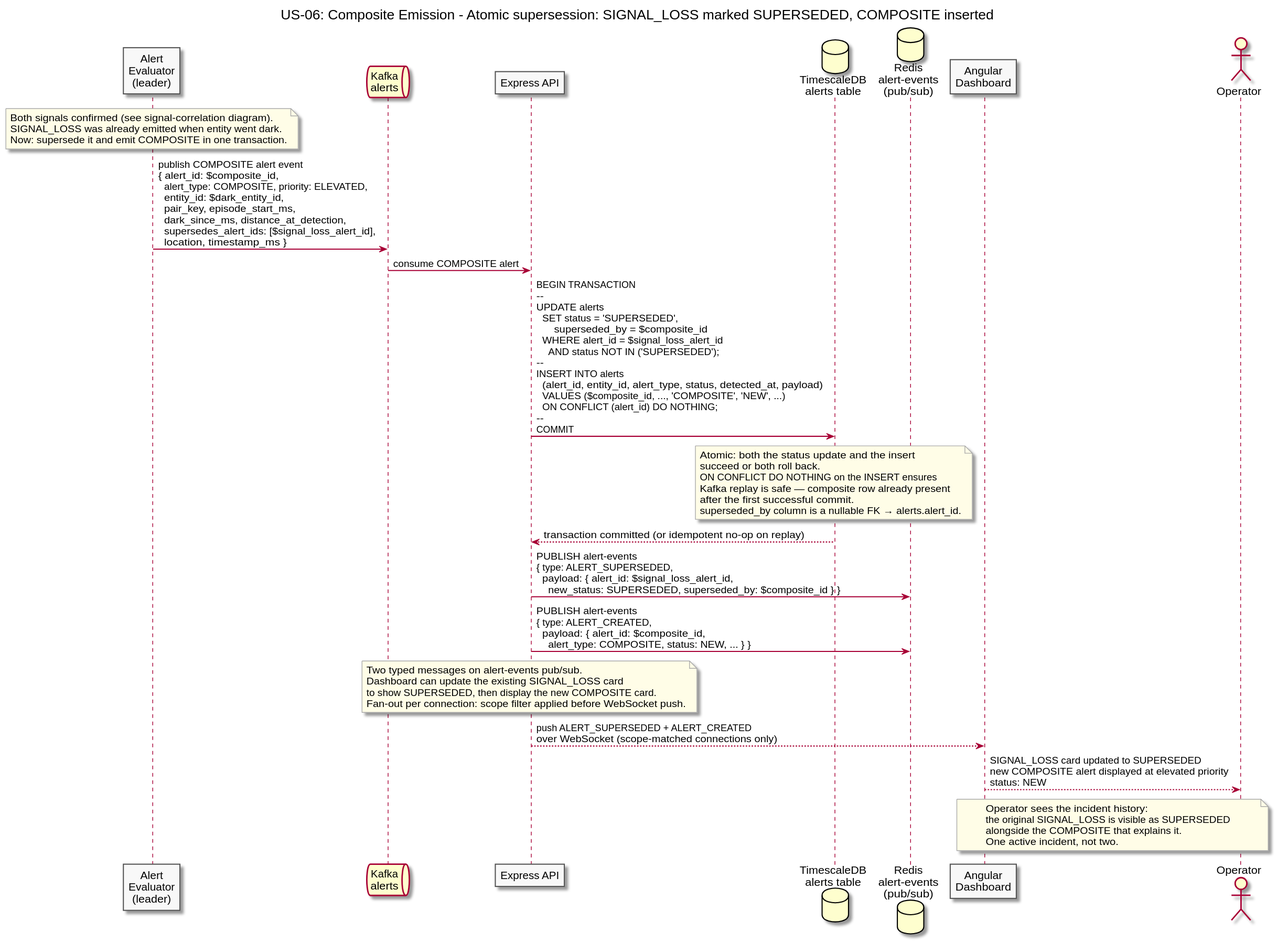
Above: diagrams/docs/use-cases/US-06-composite-alert/composite-emission.svg in Buffden/sentinel (PlantUML), before the change.
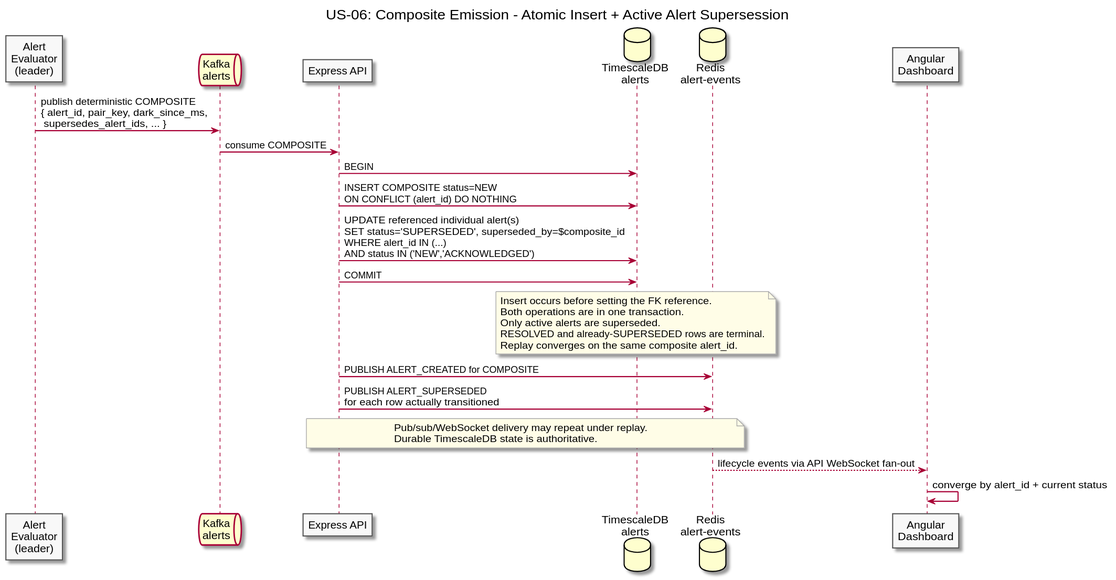
After the commit.

Change to the diagram source:
```diff
@@ -1,5 +1,5 @@
 @startuml composite-emission
-title US-06: Composite Emission - Atomic supersession: SIGNAL_LOSS marked SUPERSEDED, COMPOSITE inserted
+title US-06: Composite Emission - Atomic Insert + Active Alert Supersession
 
 skinparam sequenceArrowThickness 1.5
 skinparam participantBorderColor #555555
@@ -10,54 +10,35 @@
 participant "Alert\nEvaluator\n(leader)" as Evaluator
 queue "Kafka\nalerts" as Kafka
 participant "Express API" as API
-database "TimescaleDB\nalerts table" as TSDB
-database "Redis\nalert-events\n(pub/sub)" as AlertEvents
+database "TimescaleDB\nalerts" as TSDB
+database "Redis\nalert-events" as AlertEvents
 participant "Angular\nDashboard" as Dashboard
-actor Operator
 
-note over Evaluator
-  Both signals confirmed (see signal-correlation diagram).
-  SIGNAL_LOSS was already emitted when entity went dark.
-  Now: supersede it and emit COMPOSITE in one transaction.
+Evaluator -> Kafka : publish deterministic COMPOSITE\n{ alert_id, pair_key, dark_since_ms,\n supersedes_alert_ids, ... }
+Kafka -> API : consume COMPOSITE
+
+API -> TSDB : BEGIN
+API -> TSDB : INSERT COMPOSITE status=NEW\nON CONFLICT (alert_id) DO NOTHING
+API -> TSDB : UPDATE referenced individual alert(s)\nSET status='SUPERSEDED', superseded_by=$composite_id\nWHERE alert_id IN (...)\nAND status IN ('NEW','ACKNOWLEDGED')
+API -> TSDB : COMMIT
+
+note over TSDB
+  Insert occurs before setting the FK reference.
+  Both operations are in one transaction.
+  Only active alerts are superseded.
+  RESOLVED and already-SUPERSEDED rows are terminal.
+  Replay converges on the same composite alert_id.
 end note
 
-Evaluator -> Kafka : publish COMPOSITE alert event\n{ alert_id: $composite_id,\n  alert_type: COMPOSITE, priority: ELEVATED,\n  entity_id: $dark_entity_id,\n  pair_key, episode_start_ms,\n  dark_since_ms, distance_at_detection,\n  supersedes_alert_ids: [$signal_loss_alert_id],\n  location, timestamp_ms }
+API -> AlertEvents : PUBLISH ALERT_CREATED for COMPOSITE
+API -> AlertEvents : PUBLISH ALERT_SUPERSEDED\nfor each row actually transitioned
 
-Kafka -> API : consume COMPOSITE alert
-
-API -> TSDB : BEGIN TRANSACTION\n--\nUPDATE alerts\n  SET status = 'SUPERSEDED',\n      superseded_by = $composite_id\n  WHERE alert_id = $signal_loss_alert_id\n    AND status NOT IN ('SUPERSEDED');\n--\nINSERT INTO alerts\n  (alert_id, entity_id, alert_type, status, detected_at, payload)\n  VALUES ($composite_id, ..., 'COMPOSITE', 'NEW', ...)\n  ON CONFLICT (alert_id) DO NOTHING;\n--\nCOMMIT
-
-note over TSDB
-  Atomic: both the status update and the insert
-  succeed or both roll back.
-  ON CONFLICT DO NOTHING on the INSERT ensures
-  Kafka replay is safe — composite row already present
-  after the first successful commit.
-  superseded_by column is a nullable FK → alerts.alert_id.
+note over API, AlertEvents
+  Pub/sub/WebSocket delivery may repeat under replay.
+  Durable TimescaleDB state is authoritative.
 end note
 
-TSDB --> API : transaction committed (or idempotent no-op on replay)
-
-API -> AlertEvents : PUBLISH alert-events\n{ type: ALERT_SUPERSEDED,\n  payload: { alert_id: $signal_loss_alert_id,\n    new_status: SUPERSEDED, superseded_by: $composite_id } }
-
-API -> AlertEvents : PUBLISH alert-events\n{ type: ALERT_CREATED,\n  payload: { alert_id: $composite_id,\n    alert_type: COMPOSITE, status: NEW, ... } }
-
-note over API
-  Two typed messages on alert-events pub/sub.
-  Dashboard can update the existing SIGNAL_LOSS card
-  to show SUPERSEDED, then display the new COMPOSITE card.
-  Fan-out per connection: scope filter applied before WebSocket push.
-end note
-
-API --> Dashboard : push ALERT_SUPERSEDED + ALERT_CREATED\nover WebSocket (scope-matched connections only)
-
-Dashboard --> Operator : SIGNAL_LOSS card updated to SUPERSEDED\nnew COMPOSITE alert displayed at elevated priority\nstatus: NEW
-
-note over Dashboard, Operator
-  Operator sees the incident history:
-  the original SIGNAL_LOSS is visible as SUPERSEDED
-  alongside the COMPOSITE that explains it.
-  One active incident, not two.
-end note
+AlertEvents --> Dashboard : lifecycle events via API WebSocket fan-out
+Dashboard -> Dashboard : converge by alert_id + current status
 
 @enduml
```
